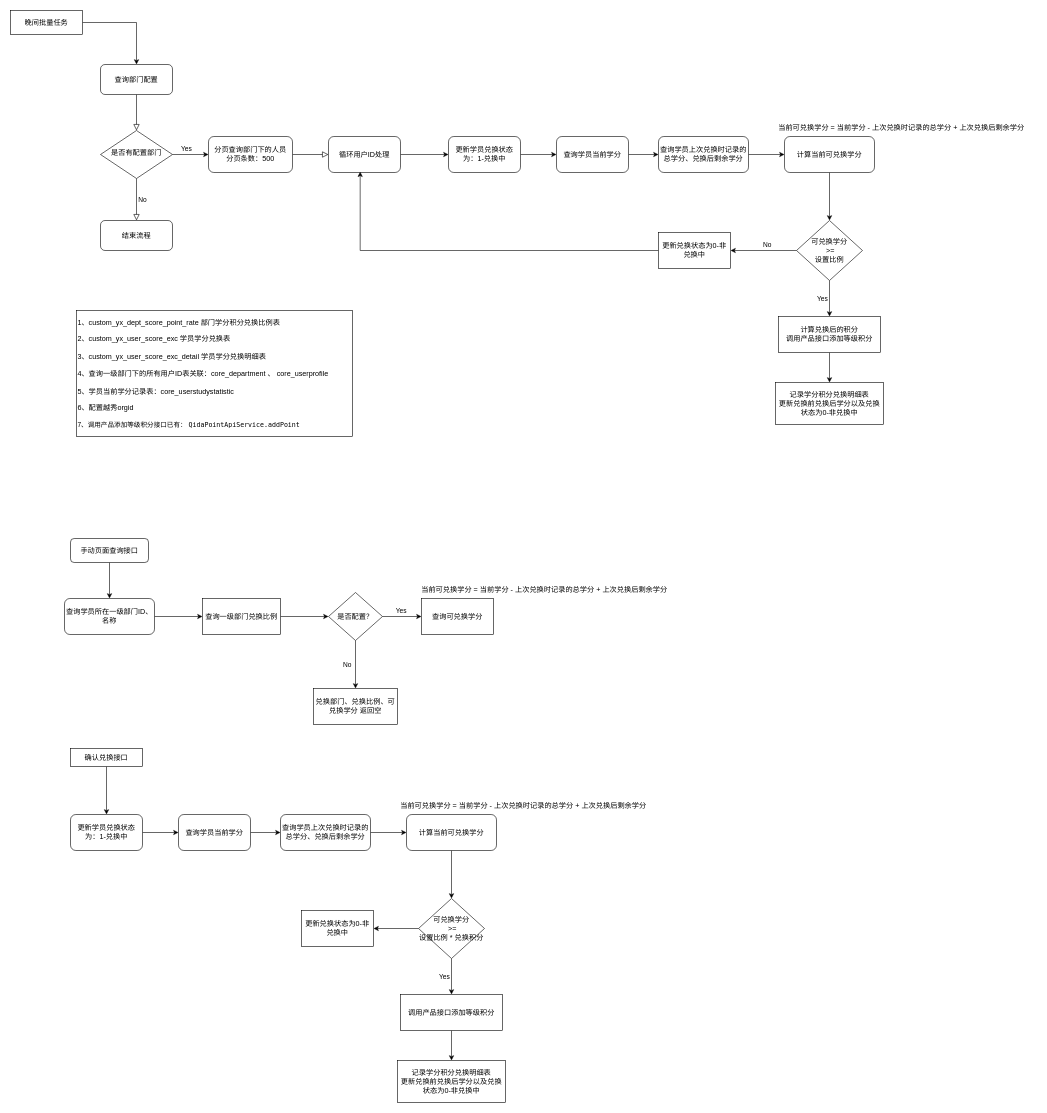
The draw.io diagram 越秀学分积分兑换.drawio in OnlyHF/draw, before the edit. Source tidied: cells renumbered, new cells numbered last; positions are measured from the earlier drawing's top-left corner, leaving out a move shared by most shapes. Both pictures are drawn from the tidied source at 60%, with x=0, y=0 at pixel (10, 10).
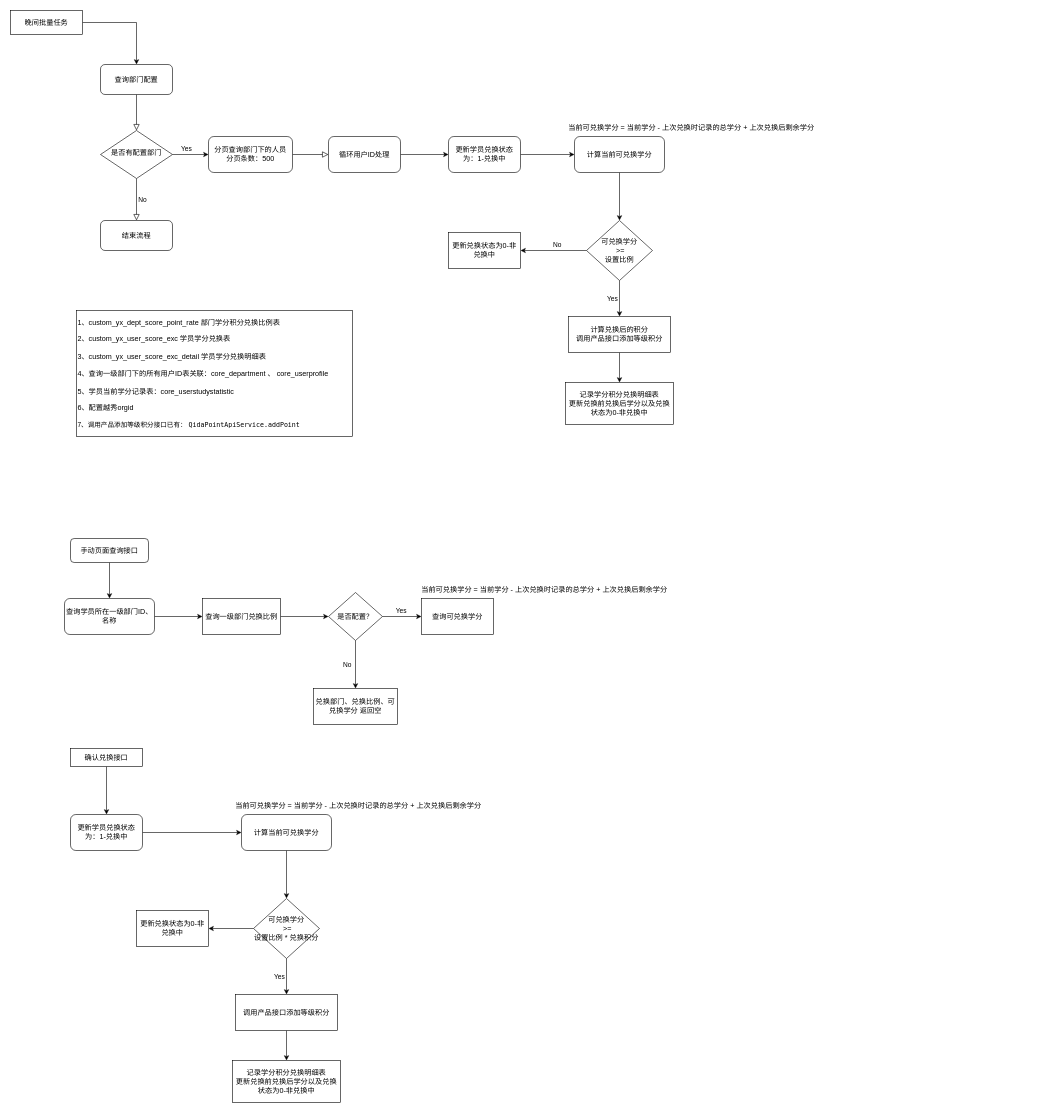
The same page after the edit.

Commit message:
越秀学分积分兑换.drawio

Unchanged cells that the change refers to:
```xml
<mxCell id="12" value="循环用户ID处理" style="rounded=1;whiteSpace=wrap;html=1;" parent="1" vertex="1">
  <mxGeometry x="530" y="210" width="120" height="60" as="geometry" />
</mxCell>
<mxCell id="45" value="更新学员兑换状态为：1-兑换中" style="whiteSpace=wrap;html=1;rounded=1;" parent="1" vertex="1">
  <mxGeometry x="730" y="210" width="120" height="60" as="geometry" />
</mxCell>
<mxCell id="66" value="更新学员兑换状态为：1-兑换中" style="whiteSpace=wrap;html=1;rounded=1;" parent="1" vertex="1">
  <mxGeometry x="100" y="1340" width="120" height="60" as="geometry" />
</mxCell>
```

The edit, as a diff of the source:
```diff
@@
     <mxCell id="17" value="可兑换学分&lt;br&gt;&amp;nbsp;&amp;gt;= &lt;br&gt;设置比例" style="rhombus;whiteSpace=wrap;html=1;" parent="1" vertex="1">
-      <mxGeometry x="1310" y="350" width="110" height="100" as="geometry" />
+      <mxGeometry x="960" y="350" width="110" height="100" as="geometry" />
     </mxCell>
@@
     <mxCell id="19" value="计算兑换后的积分&lt;br&gt;调用产品接口添加等级积分" style="whiteSpace=wrap;html=1;" parent="1" vertex="1">
-      <mxGeometry x="1280" y="510" width="170" height="60" as="geometry" />
+      <mxGeometry x="930" y="510" width="170" height="60" as="geometry" />
     </mxCell>
     <mxCell id="20" value="记录学分积分兑换明细表&lt;br&gt;更新兑换前兑换后学分以及兑换状态为0-非兑换中" style="whiteSpace=wrap;html=1;" parent="1" vertex="1">
-      <mxGeometry x="1275" y="620" width="180" height="70" as="geometry" />
+      <mxGeometry x="925" y="620" width="180" height="70" as="geometry" />
     </mxCell>
@@
-    <mxCell id="37" style="edgeStyle=orthogonalEdgeStyle;rounded=0;jettySize=auto;html=1;" parent="1" edge="1" source="38" target="40">
-      <mxGeometry relative="1" as="geometry" />
-    </mxCell>
-    <mxCell id="38" value="查询学员当前学分" style="whiteSpace=wrap;html=1;rounded=1;" parent="1" vertex="1">
-      <mxGeometry x="910" y="210" width="120" height="60" as="geometry" />
-    </mxCell>
-    <mxCell id="39" style="edgeStyle=orthogonalEdgeStyle;rounded=0;jettySize=auto;html=1;" parent="1" edge="1" source="40" target="42">
-      <mxGeometry relative="1" as="geometry" />
-    </mxCell>
-    <mxCell id="40" value="查询学员上次兑换时记录的总学分、兑换后剩余学分" style="whiteSpace=wrap;html=1;rounded=1;" parent="1" vertex="1">
-      <mxGeometry x="1080" y="210" width="150" height="60" as="geometry" />
-    </mxCell>
@@
     <mxCell id="42" value="计算当前可兑换学分" style="whiteSpace=wrap;html=1;rounded=1;" parent="1" vertex="1">
-      <mxGeometry x="1290" y="210" width="150" height="60" as="geometry" />
+      <mxGeometry x="940" y="210" width="150" height="60" as="geometry" />
     </mxCell>
     <mxCell id="43" value="当前可兑换学分 = 当前学分 - 上次兑换时记录的总学分 + 上次兑换后剩余学分" style="text;html=1;strokeColor=none;fillColor=none;align=center;verticalAlign=middle;whiteSpace=wrap;rounded=0;" parent="1" vertex="1">
-      <mxGeometry x="1260" y="180" width="450" height="30" as="geometry" />
+      <mxGeometry x="910" y="180" width="450" height="30" as="geometry" />
     </mxCell>
-    <mxCell id="44" style="edgeStyle=orthogonalEdgeStyle;rounded=0;jettySize=auto;html=1;exitX=1;exitY=0.5;exitDx=0;exitDy=0;" parent="1" edge="1" source="45" target="38">
-      <mxGeometry relative="1" as="geometry" />
-    </mxCell>
+    <mxCell id="68" style="edgeStyle=orthogonalEdgeStyle;rounded=0;jettySize=auto;html=1;exitX=1;exitY=0.5;exitDx=0;exitDy=0;" parent="1" edge="1" source="45" target="42">
+      <mxGeometry relative="1" as="geometry" />
+    </mxCell>
@@
-    <mxCell id="46" style="edgeStyle=orthogonalEdgeStyle;rounded=0;jettySize=auto;html=1;exitX=0;exitY=0.5;exitDx=0;exitDy=0;entryX=0.44;entryY=0.978;entryDx=0;entryDy=0;entryPerimeter=0;" parent="1" edge="1" source="47" target="12">
-      <mxGeometry relative="1" as="geometry" />
-    </mxCell>
     <mxCell id="47" value="&lt;span&gt;更新兑换状态为0-非兑换中&lt;/span&gt;" style="whiteSpace=wrap;html=1;" parent="1" vertex="1">
-      <mxGeometry x="1080" y="370" width="120" height="60" as="geometry" />
+      <mxGeometry x="730" y="370" width="120" height="60" as="geometry" />
     </mxCell>
@@
     <mxCell id="54" value="可兑换学分&lt;br&gt;&amp;nbsp;&amp;gt;= &lt;br&gt;设置比例 * 兑换积分" style="rhombus;whiteSpace=wrap;html=1;" parent="1" vertex="1">
-      <mxGeometry x="680" y="1480" width="110" height="100" as="geometry" />
+      <mxGeometry x="405" y="1480" width="110" height="100" as="geometry" />
     </mxCell>
@@
     <mxCell id="56" value="调用产品接口添加等级积分" style="whiteSpace=wrap;html=1;" parent="1" vertex="1">
-      <mxGeometry x="650" y="1640" width="170" height="60" as="geometry" />
+      <mxGeometry x="375" y="1640" width="170" height="60" as="geometry" />
     </mxCell>
     <mxCell id="57" value="记录学分积分兑换明细表&lt;br&gt;更新兑换前兑换后学分以及兑换状态为0-非兑换中" style="whiteSpace=wrap;html=1;" parent="1" vertex="1">
-      <mxGeometry x="645" y="1750" width="180" height="70" as="geometry" />
+      <mxGeometry x="370" y="1750" width="180" height="70" as="geometry" />
     </mxCell>
-    <mxCell id="58" style="edgeStyle=orthogonalEdgeStyle;rounded=0;jettySize=auto;html=1;" parent="1" edge="1" source="59" target="61">
-      <mxGeometry relative="1" as="geometry" />
-    </mxCell>
-    <mxCell id="59" value="查询学员当前学分" style="whiteSpace=wrap;html=1;rounded=1;" parent="1" vertex="1">
-      <mxGeometry x="280" y="1340" width="120" height="60" as="geometry" />
-    </mxCell>
-    <mxCell id="60" style="edgeStyle=orthogonalEdgeStyle;rounded=0;jettySize=auto;html=1;" parent="1" edge="1" source="61" target="63">
-      <mxGeometry relative="1" as="geometry" />
-    </mxCell>
-    <mxCell id="61" value="查询学员上次兑换时记录的总学分、兑换后剩余学分" style="whiteSpace=wrap;html=1;rounded=1;" parent="1" vertex="1">
-      <mxGeometry x="450" y="1340" width="150" height="60" as="geometry" />
-    </mxCell>
@@
     <mxCell id="63" value="计算当前可兑换学分" style="whiteSpace=wrap;html=1;rounded=1;" parent="1" vertex="1">
-      <mxGeometry x="660" y="1340" width="150" height="60" as="geometry" />
+      <mxGeometry x="385" y="1340" width="150" height="60" as="geometry" />
     </mxCell>
     <mxCell id="64" value="当前可兑换学分 = 当前学分 - 上次兑换时记录的总学分 + 上次兑换后剩余学分" style="text;html=1;strokeColor=none;fillColor=none;align=center;verticalAlign=middle;whiteSpace=wrap;rounded=0;" parent="1" vertex="1">
-      <mxGeometry x="630" y="1310" width="450" height="30" as="geometry" />
+      <mxGeometry x="355" y="1310" width="450" height="30" as="geometry" />
     </mxCell>
-    <mxCell id="65" style="edgeStyle=orthogonalEdgeStyle;rounded=0;jettySize=auto;html=1;exitX=1;exitY=0.5;exitDx=0;exitDy=0;" parent="1" edge="1" source="66" target="59">
-      <mxGeometry relative="1" as="geometry" />
-    </mxCell>
+    <mxCell id="69" style="edgeStyle=orthogonalEdgeStyle;rounded=0;jettySize=auto;html=1;exitX=1;exitY=0.5;exitDx=0;exitDy=0;" parent="1" edge="1" source="66" target="63">
+      <mxGeometry relative="1" as="geometry" />
+    </mxCell>
@@
     <mxCell id="67" value="&lt;span&gt;更新兑换状态为0-非兑换中&lt;/span&gt;" style="whiteSpace=wrap;html=1;" parent="1" vertex="1">
-      <mxGeometry x="485" y="1500" width="120" height="60" as="geometry" />
+      <mxGeometry x="210" y="1500" width="120" height="60" as="geometry" />
     </mxCell>
```
